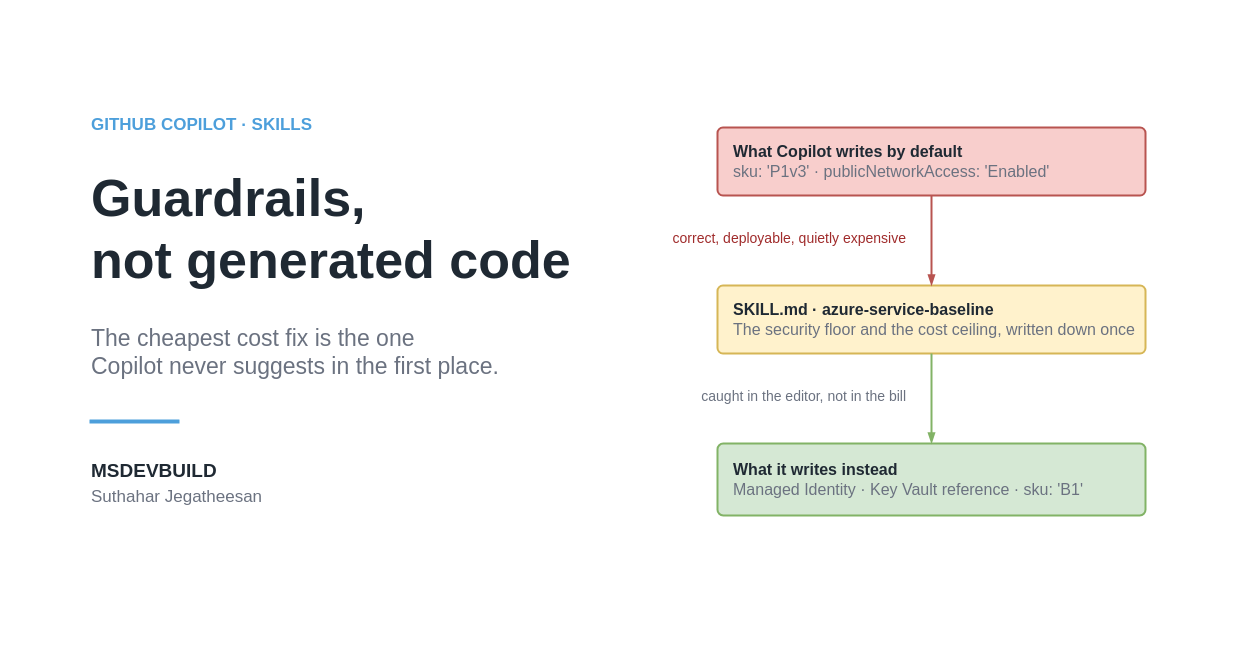
Before: src/content/blog/github-copilot-skills/build-azure-copilot-skill-secure-cost-aware-bicep/diagrams/build-azure-copilot-skill-secure-cost-aware-bicep-cover.drawio in jssuthahar/blog, a draw.io diagram. Source tidied: cells renumbered, new cells numbered last; positions are measured from the earlier drawing's top-left corner, leaving out a move shared by most shapes. Both pictures are drawn from the tidied source at 100%, with x=0, y=0 at pixel (17, 17).
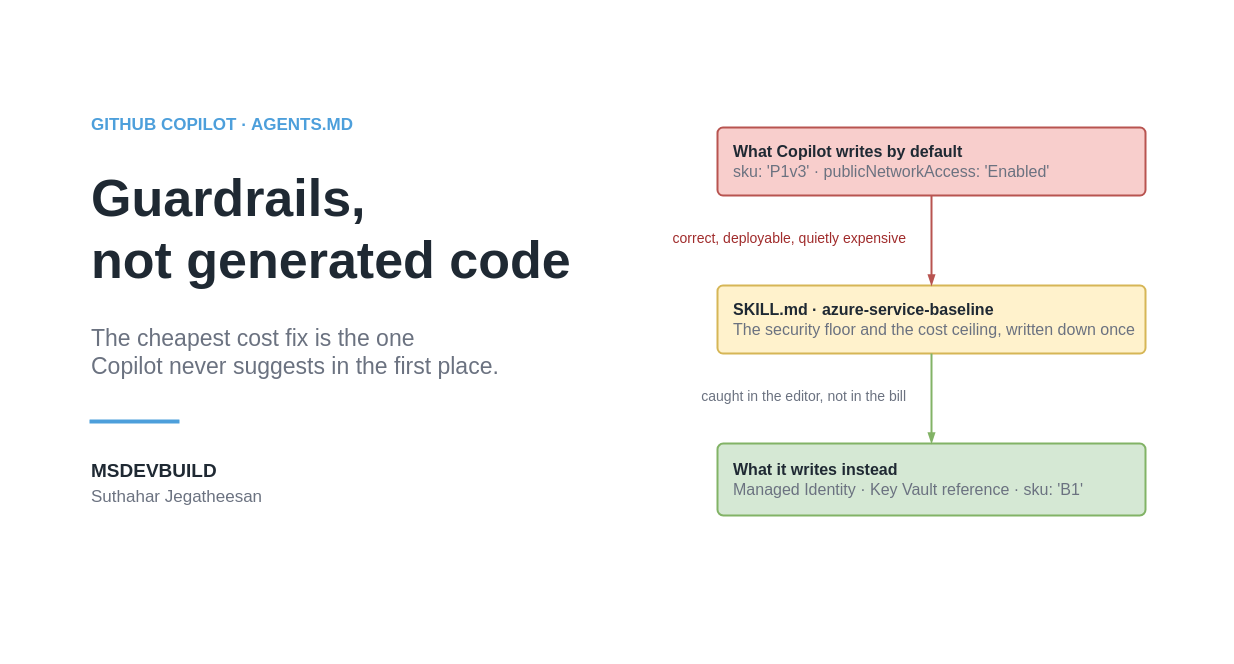
The same page after the edit.

The edit, as a diff of the source:
```diff
@@
 <mxGraphModel>
   <root>
     <mxCell id="0" />
     <mxCell id="1" parent="0" />
     <mxCell id="2" style="rounded=0;whiteSpace=wrap;html=1;fillColor=#FFFFFF;strokeColor=none;" parent="1" vertex="1">
       <mxGeometry width="1200" height="630" as="geometry" />
     </mxCell>
     <mxCell id="3" style="rounded=1;arcSize=8;whiteSpace=wrap;html=1;fillColor=#FFFFFF;strokeColor=none;strokeWidth=2;fontSize=12;fontColor=#1F2933;align=center;" parent="1" vertex="1">
       <mxGeometry width="1200" height="630" as="geometry" />
     </mxCell>
-    <mxCell id="4" value="GITHUB COPILOT  ·  SKILLS" style="text;html=1;align=left;verticalAlign=middle;fontSize=17;fontColor=#4D9FDB;fontStyle=1;" parent="1" vertex="1">
+    <mxCell id="4" value="GITHUB COPILOT  ·  AGENTS.MD" style="text;html=1;align=left;verticalAlign=middle;fontSize=17;fontColor=#4D9FDB;fontStyle=1;" parent="1" vertex="1">
       <mxGeometry x="72" y="96" width="520" height="24" as="geometry" />
     </mxCell>
     <mxCell id="5" value="Guardrails," style="text;html=1;align=left;verticalAlign=middle;fontSize=52;fontColor=#1F2933;fontStyle=1;" parent="1" vertex="1">
       <mxGeometry x="72" y="150" width="600" height="62" as="geometry" />
     </mxCell>
     <mxCell id="6" value="not generated code" style="text;html=1;align=left;verticalAlign=middle;fontSize=52;fontColor=#1F2933;fontStyle=1;" parent="1" vertex="1">
       <mxGeometry x="72" y="212" width="600" height="62" as="geometry" />
     </mxCell>
     <mxCell id="7" value="The cheapest cost fix is the one&lt;br&gt;Copilot never suggests in the first place." style="text;html=1;align=left;verticalAlign=middle;fontSize=23;fontColor=#6B7280;fontStyle=0;" parent="1" vertex="1">
       <mxGeometry x="72" y="300" width="580" height="70" as="geometry" />
     </mxCell>
     <mxCell id="8" style="rounded=1;arcSize=8;whiteSpace=wrap;html=1;fillColor=#4D9FDB;strokeColor=none;strokeWidth=2;fontSize=12;fontColor=#1F2933;align=center;" parent="1" vertex="1">
       <mxGeometry x="72" y="402" width="90" height="4" as="geometry" />
     </mxCell>
     <mxCell id="9" value="MSDEVBUILD" style="text;html=1;align=left;verticalAlign=middle;fontSize=19;fontColor=#1F2933;fontStyle=1;" parent="1" vertex="1">
       <mxGeometry x="72" y="440" width="300" height="28" as="geometry" />
     </mxCell>
     <mxCell id="10" value="Suthahar Jegatheesan" style="text;html=1;align=left;verticalAlign=middle;fontSize=17;fontColor=#6B7280;fontStyle=0;" parent="1" vertex="1">
       <mxGeometry x="72" y="468" width="300" height="24" as="geometry" />
     </mxCell>
     <mxCell id="11" value="&lt;b&gt;What Copilot writes by default&lt;/b&gt;&lt;br&gt;&lt;font color='#6B7280'&gt;sku: 'P1v3'   ·   publicNetworkAccess: 'Enabled'&lt;/font&gt;" style="rounded=1;arcSize=8;whiteSpace=wrap;html=1;fillColor=#F8CECC;strokeColor=#B85450;strokeWidth=2;fontSize=16;fontColor=#1F2933;align=left;spacingLeft=14;" parent="1" vertex="1">
       <mxGeometry x="700" y="110" width="428" height="68" as="geometry" />
     </mxCell>
     <mxCell id="12" value="&lt;b&gt;SKILL.md  ·  azure-service-baseline&lt;/b&gt;&lt;br&gt;&lt;font color='#6B7280'&gt;The security floor and the cost ceiling, written down once&lt;/font&gt;" style="rounded=1;arcSize=8;whiteSpace=wrap;html=1;fillColor=#FFF2CC;strokeColor=#D6B656;strokeWidth=2;fontSize=16;fontColor=#1F2933;align=left;spacingLeft=14;" parent="1" vertex="1">
       <mxGeometry x="700" y="268" width="428" height="68" as="geometry" />
     </mxCell>
     <mxCell id="13" value="&lt;b&gt;What it writes instead&lt;/b&gt;&lt;br&gt;&lt;font color='#6B7280'&gt;Managed Identity · Key Vault reference · sku: 'B1'&lt;/font&gt;" style="rounded=1;arcSize=8;whiteSpace=wrap;html=1;fillColor=#D5E8D4;strokeColor=#82B366;strokeWidth=2;fontSize=16;fontColor=#1F2933;align=left;spacingLeft=14;" parent="1" vertex="1">
       <mxGeometry x="700" y="426" width="428" height="72" as="geometry" />
     </mxCell>
     <mxCell id="14" style="html=1;rounded=0;strokeColor=#B85450;strokeWidth=2;fontSize=11;fontColor=#1F2933;labelBackgroundColor=#FFFFFF;endArrow=blockThin;endFill=1;endSize=6;" parent="1" edge="1" source="11" target="12">
       <mxGeometry relative="1" as="geometry" />
     </mxCell>
     <mxCell id="15" style="html=1;rounded=0;strokeColor=#82B366;strokeWidth=2;fontSize=11;fontColor=#1F2933;labelBackgroundColor=#FFFFFF;endArrow=blockThin;endFill=1;endSize=6;" parent="1" edge="1" source="12" target="13">
       <mxGeometry relative="1" as="geometry" />
     </mxCell>
     <mxCell id="16" value="correct, deployable, quietly expensive" style="text;html=1;align=right;verticalAlign=middle;fontSize=14;fontColor=#A02C2C;fontStyle=0;" parent="1" vertex="1">
       <mxGeometry x="614" y="211" width="276" height="20" as="geometry" />
     </mxCell>
     <mxCell id="17" value="caught in the editor, not in the bill" style="text;html=1;align=right;verticalAlign=middle;fontSize=14;fontColor=#6B7280;fontStyle=0;" parent="1" vertex="1">
       <mxGeometry x="614" y="369" width="276" height="20" as="geometry" />
     </mxCell>
   </root>
 </mxGraphModel>
```
